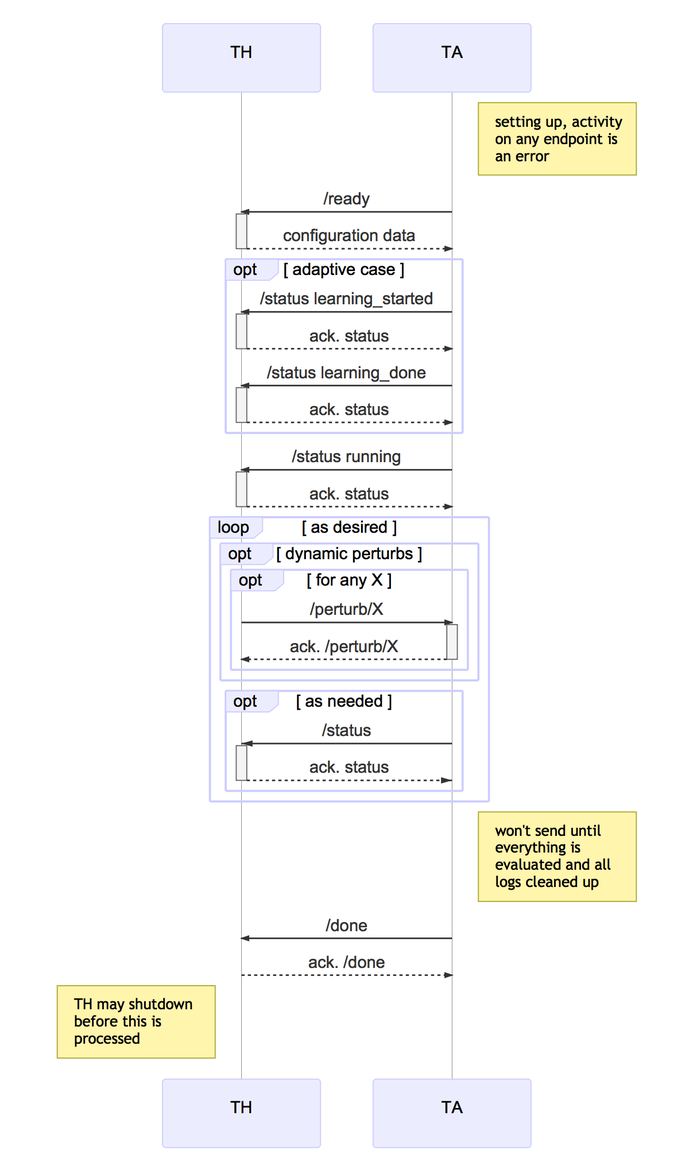
This is documents/sequences/cp1.mmd.png from cmu-mars/cmu-robotics, a Mermaid export, as it was before one commit. Its source is kept beside it as documents/sequences/cp1.mmd.
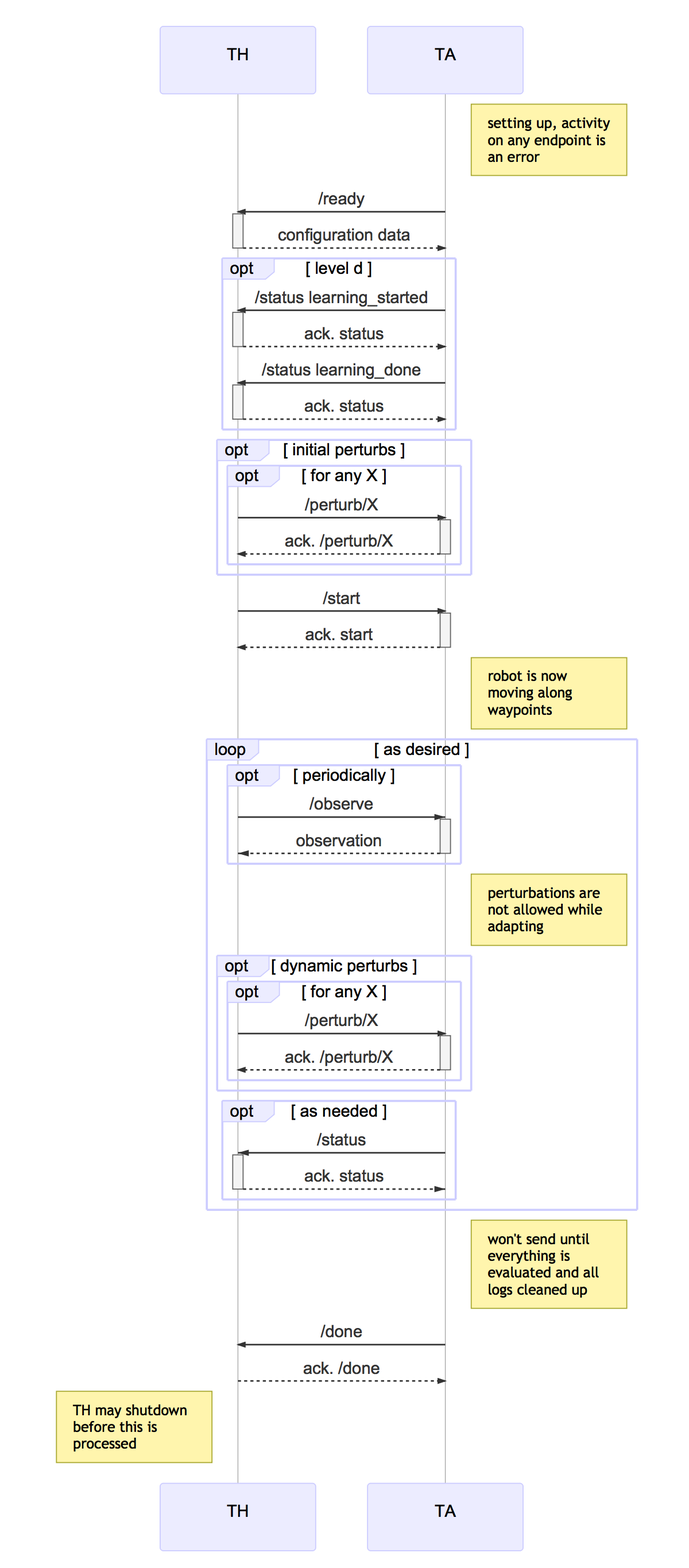
Above is the later version.

Commit message:
updating cp1 seq diagram

What changed in the source:
```diff
@@ -7,7 +7,7 @@
         TA ->>+ TH: /ready
         TH -->>- TA: configuration data
 
-	opt adaptive case
+	opt level d
 	        TA ->>+ TH: /status learning_started
         	TH -->>- TA: ack. status
 
@@ -15,10 +15,24 @@
 		TH -->>- TA: ack. status
 	end
 
-	TA ->>+ TH: /status running
-	TH -->>- TA: ack. status
+        opt initial perturbs
+            opt for any X
+                 TH ->>+ TA: /perturb/X
+                 TA -->>- TH: ack. /perturb/X
+            end
+        end
 
-	loop as desired
+        TH ->>+ TA: /start
+        TA -->>- TH: ack. start
+        Note right of TA: robot is now moving along waypoints
+
+        loop as desired
+                opt periodically
+                    TH -x+ TA: /observe
+                    TA --x- TH: observation
+                end
+
+		Note right of TA: perturbations are not allowed while adapting
                 opt dynamic perturbs
                             opt for any X
                                  TH ->>+ TA: /perturb/X
```
